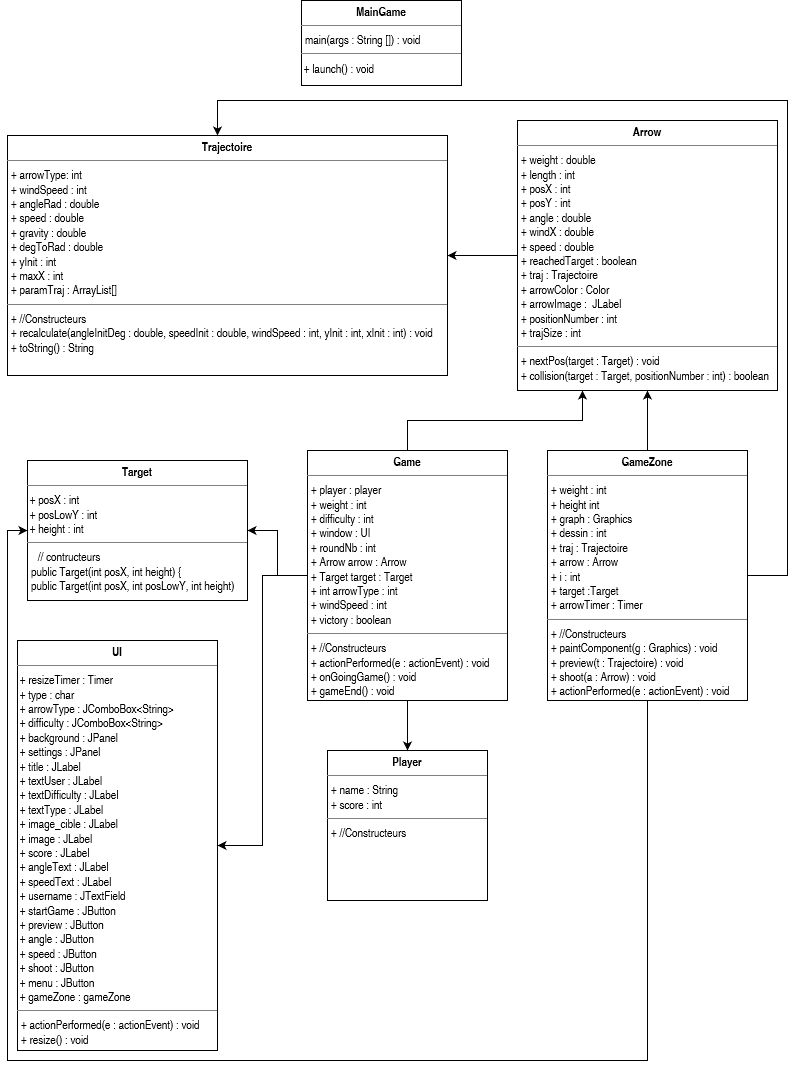
vbard1/mini-projet-2 keeps this draw.io diagram as UMLDiagram.png. Above is the earlier version. Source tidied: cells renumbered, new cells last; positions are measured from the earlier drawing's top-left corner, leaving out a move shared by most shapes.
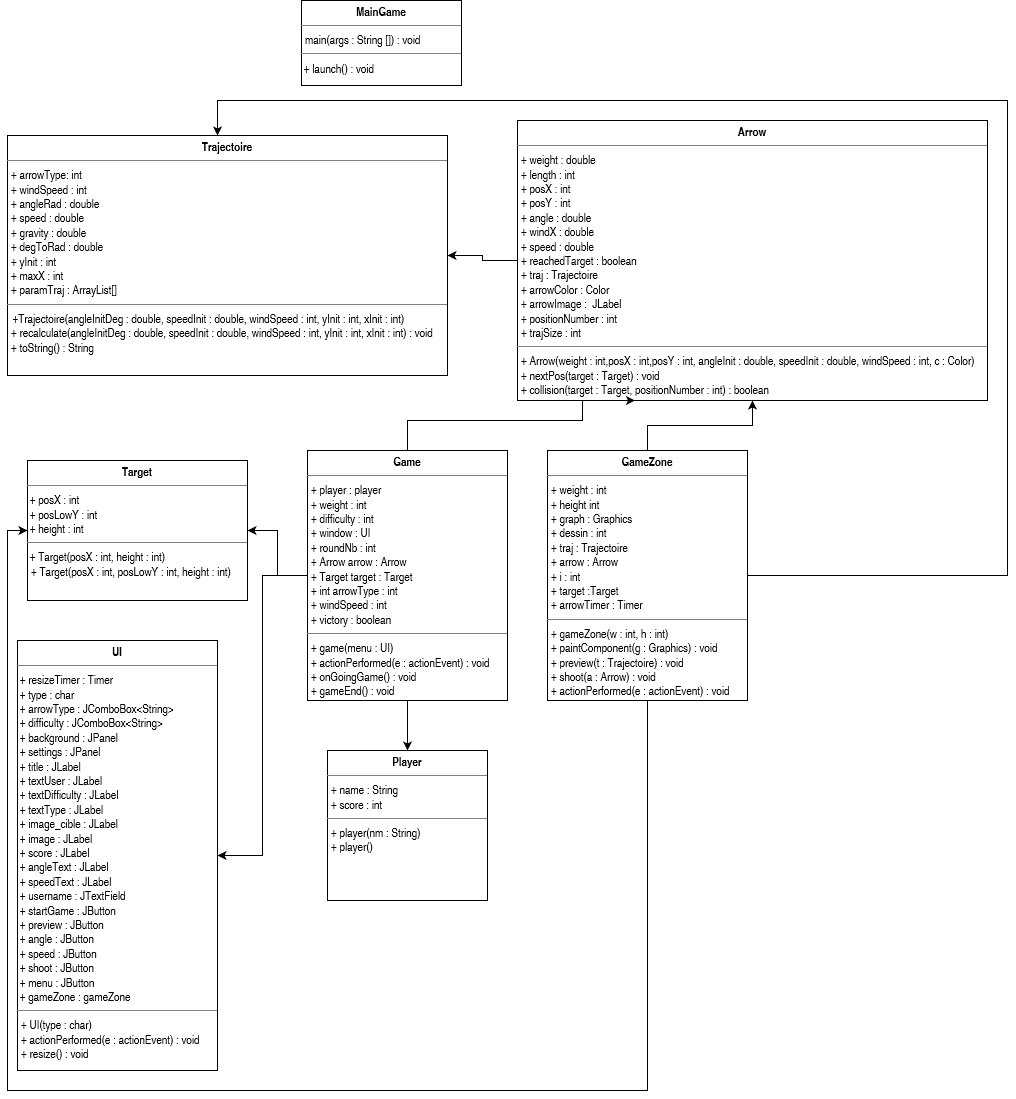
The same file after the commit.

Diff of the diagram source:
```diff
@@ -10,13 +10,13 @@
     <mxCell id="3" style="edgeStyle=orthogonalEdgeStyle;rounded=0;jettySize=auto;html=1;entryX=1;entryY=0.5;entryDx=0;entryDy=0;" parent="1" edge="1" source="4" target="9">
       <mxGeometry relative="1" as="geometry" />
     </mxCell>
-    <mxCell id="4" value="&lt;p style=&quot;margin: 0px ; margin-top: 4px ; text-align: center&quot;&gt;&lt;b&gt;Arrow&lt;/b&gt;&lt;br&gt;&lt;/p&gt;&lt;hr size=&quot;1&quot;&gt;&lt;p style=&quot;margin: 0px ; margin-left: 4px&quot;&gt;+ weight : double&lt;/p&gt;&lt;p style=&quot;margin: 0px ; margin-left: 4px&quot;&gt;+ length : int&lt;/p&gt;&lt;p style=&quot;margin: 0px ; margin-left: 4px&quot;&gt;+ posX : int&lt;/p&gt;&lt;p style=&quot;margin: 0px ; margin-left: 4px&quot;&gt;+ posY : int&lt;br&gt;&lt;/p&gt;&lt;p style=&quot;margin: 0px ; margin-left: 4px&quot;&gt;+ angle : double&lt;/p&gt;&lt;p style=&quot;margin: 0px ; margin-left: 4px&quot;&gt;+ windX : double&lt;/p&gt;&lt;p style=&quot;margin: 0px ; margin-left: 4px&quot;&gt;+ speed : double&lt;/p&gt;&lt;p style=&quot;margin: 0px ; margin-left: 4px&quot;&gt;+ reachedTarget : boolean&lt;br&gt;+ traj : Trajectoire&lt;br&gt;+ arrowColor : Color&lt;br&gt;+ arrowImage :&amp;nbsp; JLabel&lt;br&gt;+ positionNumber : int&lt;br&gt;+ trajSize : int&lt;br&gt;&lt;/p&gt;&lt;hr size=&quot;1&quot;&gt;&lt;p style=&quot;margin: 0px ; margin-left: 4px&quot;&gt;+ nextPos(target : Target) : void&lt;/p&gt;&lt;p style=&quot;margin: 0px ; margin-left: 4px&quot;&gt;+ collision(target : Target, positionNumber : int) : boolean&lt;/p&gt;" style="verticalAlign=top;align=left;overflow=fill;fontSize=12;fontFamily=Helvetica;html=1;" parent="1" vertex="1">
-      <mxGeometry x="510" y="120" width="260" height="270" as="geometry" />
+    <mxCell id="4" value="&lt;p style=&quot;margin: 0px ; margin-top: 4px ; text-align: center&quot;&gt;&lt;b&gt;Arrow&lt;/b&gt;&lt;br&gt;&lt;/p&gt;&lt;hr size=&quot;1&quot;&gt;&lt;p style=&quot;margin: 0px ; margin-left: 4px&quot;&gt;+ weight : double&lt;/p&gt;&lt;p style=&quot;margin: 0px ; margin-left: 4px&quot;&gt;+ length : int&lt;/p&gt;&lt;p style=&quot;margin: 0px ; margin-left: 4px&quot;&gt;+ posX : int&lt;/p&gt;&lt;p style=&quot;margin: 0px ; margin-left: 4px&quot;&gt;+ posY : int&lt;br&gt;&lt;/p&gt;&lt;p style=&quot;margin: 0px ; margin-left: 4px&quot;&gt;+ angle : double&lt;/p&gt;&lt;p style=&quot;margin: 0px ; margin-left: 4px&quot;&gt;+ windX : double&lt;/p&gt;&lt;p style=&quot;margin: 0px ; margin-left: 4px&quot;&gt;+ speed : double&lt;/p&gt;&lt;p style=&quot;margin: 0px ; margin-left: 4px&quot;&gt;+ reachedTarget : boolean&lt;br&gt;+ traj : Trajectoire&lt;br&gt;+ arrowColor : Color&lt;br&gt;+ arrowImage :&amp;nbsp; JLabel&lt;br&gt;+ positionNumber : int&lt;br&gt;+ trajSize : int&lt;br&gt;&lt;/p&gt;&lt;hr size=&quot;1&quot;&gt;&lt;p style=&quot;margin: 0px ; margin-left: 4px&quot;&gt;+ Arrow(weight : int,posX : int,posY : int, angleInit : double, speedInit : double, windSpeed : int, c : Color)&lt;br&gt;&lt;/p&gt;&lt;p style=&quot;margin: 0px ; margin-left: 4px&quot;&gt;+ nextPos(target : Target) : void&lt;/p&gt;&lt;p style=&quot;margin: 0px ; margin-left: 4px&quot;&gt;+ collision(target : Target, positionNumber : int) : boolean&lt;/p&gt;" style="verticalAlign=top;align=left;overflow=fill;fontSize=12;fontFamily=Helvetica;html=1;" parent="1" vertex="1">
+      <mxGeometry x="510" y="120" width="470" height="280" as="geometry" />
     </mxCell>
-    <mxCell id="5" value="&lt;p style=&quot;margin: 0px ; margin-top: 4px ; text-align: center&quot;&gt;&lt;b&gt;UI&lt;/b&gt;&lt;br&gt;&lt;/p&gt;&lt;hr size=&quot;1&quot;&gt;&lt;div&gt;&amp;nbsp;+ resizeTimer : Timer&lt;/div&gt;&lt;div&gt;&amp;nbsp;+ type : char &lt;/div&gt;&lt;div&gt;&amp;nbsp;+ arrowType : JComboBox&amp;lt;String&amp;gt;&lt;/div&gt;&lt;div&gt;&amp;nbsp;+ difficulty : JComboBox&amp;lt;String&amp;gt;&lt;br&gt;&amp;nbsp;+ background : JPanel&lt;/div&gt;&lt;div&gt;&amp;nbsp;+ settings : JPanel &lt;br&gt;&lt;/div&gt;&lt;div&gt;&amp;nbsp;+ title : JLabel&lt;br&gt;&amp;nbsp;+ textUser : JLabel&lt;/div&gt;&lt;div&gt;&amp;nbsp;+ textDifficulty : JLabel&lt;/div&gt;&lt;div&gt;&amp;nbsp;+ textType : JLabel&lt;/div&gt;&lt;div&gt;&amp;nbsp;+ image_cible : JLabel&lt;/div&gt;&lt;div&gt;&amp;nbsp;+ image : JLabel&lt;/div&gt;&lt;div&gt;&amp;nbsp;+ score : JLabel&lt;/div&gt;&lt;div&gt;&amp;nbsp;+ angleText : JLabel&lt;/div&gt;&lt;div&gt;&amp;nbsp;+ speedText : JLabel&lt;/div&gt;&lt;div&gt;&amp;nbsp;+ username : JTextField &lt;br&gt;&lt;/div&gt;&lt;div&gt;&amp;nbsp;+ startGame : JButton&lt;/div&gt;&lt;div&gt;&amp;nbsp;+ preview : JButton&lt;/div&gt;&lt;div&gt;&amp;nbsp;+ angle : JButton&lt;/div&gt;&lt;div&gt;&amp;nbsp;+ speed : JButton&lt;/div&gt;&lt;div&gt;&amp;nbsp;+ shoot : JButton&lt;/div&gt;&lt;div&gt;&amp;nbsp;+ menu : JButton&lt;br&gt;&amp;nbsp;+ gameZone : gameZone&lt;br&gt;&lt;/div&gt;&lt;hr size=&quot;1&quot;&gt;&lt;p style=&quot;margin: 0px ; margin-left: 4px&quot;&gt;+ actionPerformed(e : actionEvent) : void&lt;/p&gt;&lt;p style=&quot;margin: 0px ; margin-left: 4px&quot;&gt;+ resize() : void&lt;br&gt;&lt;/p&gt;" style="verticalAlign=top;align=left;overflow=fill;fontSize=12;fontFamily=Helvetica;html=1;" parent="1" vertex="1">
-      <mxGeometry x="10" y="640" width="200" height="410" as="geometry" />
+    <mxCell id="5" value="&lt;p style=&quot;margin: 0px ; margin-top: 4px ; text-align: center&quot;&gt;&lt;b&gt;UI&lt;/b&gt;&lt;br&gt;&lt;/p&gt;&lt;hr size=&quot;1&quot;&gt;&lt;div&gt;&amp;nbsp;+ resizeTimer : Timer&lt;/div&gt;&lt;div&gt;&amp;nbsp;+ type : char &lt;/div&gt;&lt;div&gt;&amp;nbsp;+ arrowType : JComboBox&amp;lt;String&amp;gt;&lt;/div&gt;&lt;div&gt;&amp;nbsp;+ difficulty : JComboBox&amp;lt;String&amp;gt;&lt;br&gt;&amp;nbsp;+ background : JPanel&lt;/div&gt;&lt;div&gt;&amp;nbsp;+ settings : JPanel &lt;br&gt;&lt;/div&gt;&lt;div&gt;&amp;nbsp;+ title : JLabel&lt;br&gt;&amp;nbsp;+ textUser : JLabel&lt;/div&gt;&lt;div&gt;&amp;nbsp;+ textDifficulty : JLabel&lt;/div&gt;&lt;div&gt;&amp;nbsp;+ textType : JLabel&lt;/div&gt;&lt;div&gt;&amp;nbsp;+ image_cible : JLabel&lt;/div&gt;&lt;div&gt;&amp;nbsp;+ image : JLabel&lt;/div&gt;&lt;div&gt;&amp;nbsp;+ score : JLabel&lt;/div&gt;&lt;div&gt;&amp;nbsp;+ angleText : JLabel&lt;/div&gt;&lt;div&gt;&amp;nbsp;+ speedText : JLabel&lt;/div&gt;&lt;div&gt;&amp;nbsp;+ username : JTextField &lt;br&gt;&lt;/div&gt;&lt;div&gt;&amp;nbsp;+ startGame : JButton&lt;/div&gt;&lt;div&gt;&amp;nbsp;+ preview : JButton&lt;/div&gt;&lt;div&gt;&amp;nbsp;+ angle : JButton&lt;/div&gt;&lt;div&gt;&amp;nbsp;+ speed : JButton&lt;/div&gt;&lt;div&gt;&amp;nbsp;+ shoot : JButton&lt;/div&gt;&lt;div&gt;&amp;nbsp;+ menu : JButton&lt;br&gt;&amp;nbsp;+ gameZone : gameZone&lt;br&gt;&lt;/div&gt;&lt;hr size=&quot;1&quot;&gt;&lt;p style=&quot;margin: 0px ; margin-left: 4px&quot;&gt;+ UI(type : char)&lt;br&gt;&lt;/p&gt;&lt;p style=&quot;margin: 0px ; margin-left: 4px&quot;&gt;+ actionPerformed(e : actionEvent) : void&lt;/p&gt;&lt;p style=&quot;margin: 0px ; margin-left: 4px&quot;&gt;+ resize() : void&lt;br&gt;&lt;/p&gt;" style="verticalAlign=top;align=left;overflow=fill;fontSize=12;fontFamily=Helvetica;html=1;" parent="1" vertex="1">
+      <mxGeometry x="10" y="640" width="200" height="430" as="geometry" />
     </mxCell>
-    <mxCell id="6" value="&lt;p style=&quot;margin: 0px ; margin-top: 4px ; text-align: center&quot;&gt;&lt;b&gt;Player&lt;/b&gt;&lt;br&gt;&lt;/p&gt;&lt;hr size=&quot;1&quot;&gt;&lt;p style=&quot;margin: 0px ; margin-left: 4px&quot;&gt;+ name : String&lt;/p&gt;&lt;p style=&quot;margin: 0px ; margin-left: 4px&quot;&gt;+ score : int&lt;/p&gt;&lt;hr size=&quot;1&quot;&gt;&lt;p style=&quot;margin: 0px ; margin-left: 4px&quot;&gt;+ //Constructeurs&lt;br&gt;&lt;/p&gt;" style="verticalAlign=top;align=left;overflow=fill;fontSize=12;fontFamily=Helvetica;html=1;" parent="1" vertex="1">
+    <mxCell id="6" value="&lt;p style=&quot;margin: 0px ; margin-top: 4px ; text-align: center&quot;&gt;&lt;b&gt;Player&lt;/b&gt;&lt;br&gt;&lt;/p&gt;&lt;hr size=&quot;1&quot;&gt;&lt;p style=&quot;margin: 0px ; margin-left: 4px&quot;&gt;+ name : String&lt;/p&gt;&lt;p style=&quot;margin: 0px ; margin-left: 4px&quot;&gt;+ score : int&lt;/p&gt;&lt;hr size=&quot;1&quot;&gt;&lt;p style=&quot;margin: 0px ; margin-left: 4px&quot;&gt;+ player(nm : String)&lt;/p&gt;&lt;p style=&quot;margin: 0px ; margin-left: 4px&quot;&gt;+ player()&lt;br&gt;&lt;/p&gt;" style="verticalAlign=top;align=left;overflow=fill;fontSize=12;fontFamily=Helvetica;html=1;" parent="1" vertex="1">
       <mxGeometry x="320" y="750" width="160" height="150" as="geometry" />
     </mxCell>
     <mxCell id="7" style="edgeStyle=orthogonalEdgeStyle;rounded=0;orthogonalLoop=1;jettySize=auto;html=1;exitX=0.5;exitY=1;exitDx=0;exitDy=0;" parent="1" edge="1">
@@ -24,10 +24,10 @@
         <mxPoint x="105" y="360" as="targetPoint" />
       </mxGeometry>
     </mxCell>
-    <mxCell id="8" value="&lt;p style=&quot;margin: 0px ; margin-top: 4px ; text-align: center&quot;&gt;&lt;b&gt;Target&lt;/b&gt;&lt;br&gt;&lt;/p&gt;&lt;hr size=&quot;1&quot;&gt;&amp;nbsp;+ posX : int&lt;br&gt;&amp;nbsp;+ posLowY : int&lt;br&gt;&amp;nbsp;+ height : int&lt;br&gt;&lt;hr size=&quot;1&quot;&gt;&amp;nbsp;&amp;nbsp;&amp;nbsp; // contructeurs&lt;p style=&quot;margin: 0px ; margin-left: 4px&quot;&gt;public Target(int posX, int height) {&lt;/p&gt;&lt;p style=&quot;margin: 0px ; margin-left: 4px&quot;&gt;public Target(int posX, int posLowY, int height) &lt;br&gt;&lt;/p&gt;" style="verticalAlign=top;align=left;overflow=fill;fontSize=12;fontFamily=Helvetica;html=1;" parent="1" vertex="1">
+    <mxCell id="8" value="&lt;p style=&quot;margin: 0px ; margin-top: 4px ; text-align: center&quot;&gt;&lt;b&gt;Target&lt;/b&gt;&lt;br&gt;&lt;/p&gt;&lt;hr size=&quot;1&quot;&gt;&amp;nbsp;+ posX : int&lt;br&gt;&amp;nbsp;+ posLowY : int&lt;br&gt;&amp;nbsp;+ height : int&lt;br&gt;&lt;hr size=&quot;1&quot;&gt;&amp;nbsp;+ Target(posX : int, height : int)&lt;p style=&quot;margin: 0px ; margin-left: 4px&quot;&gt;+ Target(posX : int, posLowY : int, height : int) &lt;br&gt;&lt;/p&gt;" style="verticalAlign=top;align=left;overflow=fill;fontSize=12;fontFamily=Helvetica;html=1;" parent="1" vertex="1">
       <mxGeometry x="20" y="460" width="220" height="140" as="geometry" />
     </mxCell>
-    <mxCell id="9" value="&lt;p style=&quot;margin: 0px ; margin-top: 4px ; text-align: center&quot;&gt;&lt;b&gt;Trajectoire&lt;/b&gt;&lt;br&gt;&lt;/p&gt;&lt;hr size=&quot;1&quot;&gt;&lt;p style=&quot;margin: 0px ; margin-left: 4px&quot;&gt;+ arrowType: int&lt;br&gt;&lt;/p&gt;&lt;p style=&quot;margin: 0px ; margin-left: 4px&quot;&gt;+ windSpeed : int&lt;/p&gt;&lt;p style=&quot;margin: 0px ; margin-left: 4px&quot;&gt;+ angleRad : double&lt;/p&gt;&lt;p style=&quot;margin: 0px ; margin-left: 4px&quot;&gt;+ speed : double&lt;/p&gt;&lt;p style=&quot;margin: 0px ; margin-left: 4px&quot;&gt;+ gravity : double&lt;/p&gt;&lt;p style=&quot;margin: 0px ; margin-left: 4px&quot;&gt;+ degToRad : double&lt;br&gt;&lt;/p&gt;&lt;p style=&quot;margin: 0px ; margin-left: 4px&quot;&gt;+ yInit : int&lt;/p&gt;&lt;p style=&quot;margin: 0px ; margin-left: 4px&quot;&gt;+ maxX : int&lt;/p&gt;&lt;p style=&quot;margin: 0px ; margin-left: 4px&quot;&gt;+ paramTraj : ArrayList[] &lt;/p&gt;&lt;hr size=&quot;1&quot;&gt;&lt;p style=&quot;margin: 0px ; margin-left: 4px&quot;&gt;+ //Constructeurs&lt;/p&gt;&lt;p style=&quot;margin: 0px ; margin-left: 4px&quot;&gt;+ recalculate(angleInitDeg : double, speedInit : double, windSpeed : int, yInit : int, xInit : int) : void&lt;br&gt;&lt;/p&gt;&lt;p style=&quot;margin: 0px ; margin-left: 4px&quot;&gt;+ toString() : String&lt;br&gt;&lt;/p&gt;" style="verticalAlign=top;align=left;overflow=fill;fontSize=12;fontFamily=Helvetica;html=1;" parent="1" vertex="1">
+    <mxCell id="9" value="&lt;p style=&quot;margin: 0px ; margin-top: 4px ; text-align: center&quot;&gt;&lt;b&gt;Trajectoire&lt;/b&gt;&lt;br&gt;&lt;/p&gt;&lt;hr size=&quot;1&quot;&gt;&lt;p style=&quot;margin: 0px ; margin-left: 4px&quot;&gt;+ arrowType: int&lt;br&gt;&lt;/p&gt;&lt;p style=&quot;margin: 0px ; margin-left: 4px&quot;&gt;+ windSpeed : int&lt;/p&gt;&lt;p style=&quot;margin: 0px ; margin-left: 4px&quot;&gt;+ angleRad : double&lt;/p&gt;&lt;p style=&quot;margin: 0px ; margin-left: 4px&quot;&gt;+ speed : double&lt;/p&gt;&lt;p style=&quot;margin: 0px ; margin-left: 4px&quot;&gt;+ gravity : double&lt;/p&gt;&lt;p style=&quot;margin: 0px ; margin-left: 4px&quot;&gt;+ degToRad : double&lt;br&gt;&lt;/p&gt;&lt;p style=&quot;margin: 0px ; margin-left: 4px&quot;&gt;+ yInit : int&lt;/p&gt;&lt;p style=&quot;margin: 0px ; margin-left: 4px&quot;&gt;+ maxX : int&lt;/p&gt;&lt;p style=&quot;margin: 0px ; margin-left: 4px&quot;&gt;+ paramTraj : ArrayList[] &lt;/p&gt;&lt;hr size=&quot;1&quot;&gt;&amp;nbsp; +Trajectoire(angleInitDeg : double, speedInit : double, windSpeed : int, yInit : int, xInit : int)&lt;br&gt;&lt;p style=&quot;margin: 0px ; margin-left: 4px&quot;&gt;+ recalculate(angleInitDeg : double, speedInit : double, windSpeed : int, yInit : int, xInit : int) : void&lt;br&gt;&lt;/p&gt;&lt;p style=&quot;margin: 0px ; margin-left: 4px&quot;&gt;+ toString() : String&lt;br&gt;&lt;/p&gt;" style="verticalAlign=top;align=left;overflow=fill;fontSize=12;fontFamily=Helvetica;html=1;" parent="1" vertex="1">
       <mxGeometry y="135" width="440" height="240" as="geometry" />
     </mxCell>
     <mxCell id="10" value="&lt;p style=&quot;margin: 0px ; margin-top: 4px ; text-align: center&quot;&gt;&lt;b&gt;MainGame&lt;/b&gt;&lt;/p&gt;&lt;hr size=&quot;1&quot;&gt;&lt;p style=&quot;margin: 0px ; margin-left: 4px&quot;&gt;main(args : String []) : void &lt;br&gt;&lt;/p&gt;&lt;hr size=&quot;1&quot;&gt;&amp;nbsp;+ launch() : void" style="verticalAlign=top;align=left;overflow=fill;fontSize=12;fontFamily=Helvetica;html=1;" parent="1" vertex="1">
@@ -50,7 +50,7 @@
         </Array>
       </mxGeometry>
     </mxCell>
-    <mxCell id="15" value="&lt;p style=&quot;margin: 0px ; margin-top: 4px ; text-align: center&quot;&gt;&lt;b&gt;Game&lt;/b&gt;&lt;br&gt;&lt;/p&gt;&lt;hr size=&quot;1&quot;&gt;&lt;p style=&quot;margin: 0px ; margin-left: 4px&quot;&gt;+ player : player&lt;br&gt;+ weight : int&lt;br&gt;+ difficulty : int&lt;/p&gt;&lt;p style=&quot;margin: 0px ; margin-left: 4px&quot;&gt;+ window : UI &lt;br&gt;&lt;/p&gt;&lt;p style=&quot;margin: 0px ; margin-left: 4px&quot;&gt;+ roundNb : int&lt;br&gt;+ Arrow arrow : Arrow&lt;br&gt;+ Target target : Target&lt;br&gt;+ int arrowType : int&lt;br&gt;+ windSpeed : int&lt;/p&gt;&lt;p style=&quot;margin: 0px ; margin-left: 4px&quot;&gt;+ victory : boolean&lt;br&gt;&lt;/p&gt;&lt;hr size=&quot;1&quot;&gt;&lt;p style=&quot;margin: 0px ; margin-left: 4px&quot;&gt;+ //Constructeurs&lt;/p&gt;&lt;p style=&quot;margin: 0px ; margin-left: 4px&quot;&gt;+ actionPerformed(e : actionEvent) : void&lt;/p&gt;&lt;p style=&quot;margin: 0px ; margin-left: 4px&quot;&gt;+ onGoingGame() : void&lt;/p&gt;&lt;p style=&quot;margin: 0px ; margin-left: 4px&quot;&gt;+ gameEnd() : void&lt;br&gt;&lt;/p&gt;" style="verticalAlign=top;align=left;overflow=fill;fontSize=12;fontFamily=Helvetica;html=1;" parent="1" vertex="1">
+    <mxCell id="15" value="&lt;p style=&quot;margin: 0px ; margin-top: 4px ; text-align: center&quot;&gt;&lt;b&gt;Game&lt;/b&gt;&lt;br&gt;&lt;/p&gt;&lt;hr size=&quot;1&quot;&gt;&lt;p style=&quot;margin: 0px ; margin-left: 4px&quot;&gt;+ player : player&lt;br&gt;+ weight : int&lt;br&gt;+ difficulty : int&lt;/p&gt;&lt;p style=&quot;margin: 0px ; margin-left: 4px&quot;&gt;+ window : UI &lt;br&gt;&lt;/p&gt;&lt;p style=&quot;margin: 0px ; margin-left: 4px&quot;&gt;+ roundNb : int&lt;br&gt;+ Arrow arrow : Arrow&lt;br&gt;+ Target target : Target&lt;br&gt;+ int arrowType : int&lt;br&gt;+ windSpeed : int&lt;/p&gt;&lt;p style=&quot;margin: 0px ; margin-left: 4px&quot;&gt;+ victory : boolean&lt;br&gt;&lt;/p&gt;&lt;hr size=&quot;1&quot;&gt;&lt;p style=&quot;margin: 0px ; margin-left: 4px&quot;&gt;+ game(menu : UI)&lt;br&gt;&lt;/p&gt;&lt;p style=&quot;margin: 0px ; margin-left: 4px&quot;&gt;+ actionPerformed(e : actionEvent) : void&lt;/p&gt;&lt;p style=&quot;margin: 0px ; margin-left: 4px&quot;&gt;+ onGoingGame() : void&lt;/p&gt;&lt;p style=&quot;margin: 0px ; margin-left: 4px&quot;&gt;+ gameEnd() : void&lt;br&gt;&lt;/p&gt;" style="verticalAlign=top;align=left;overflow=fill;fontSize=12;fontFamily=Helvetica;html=1;" parent="1" vertex="1">
       <mxGeometry x="300" y="450" width="200" height="250" as="geometry" />
     </mxCell>
     <mxCell id="16" style="edgeStyle=orthogonalEdgeStyle;rounded=0;jettySize=auto;html=1;entryX=0.5;entryY=1;entryDx=0;entryDy=0;" parent="1" edge="1" source="19" target="4">
@@ -60,8 +60,8 @@
       <mxGeometry relative="1" as="geometry">
         <mxPoint x="210" y="135" as="targetPoint" />
         <Array as="points">
-          <mxPoint x="780" y="575" />
-          <mxPoint x="780" y="100" />
+          <mxPoint x="1000" y="575" />
+          <mxPoint x="1000" y="100" />
           <mxPoint x="210" y="100" />
         </Array>
       </mxGeometry>
@@ -69,13 +69,13 @@
     <mxCell id="18" style="edgeStyle=orthogonalEdgeStyle;rounded=0;jettySize=auto;html=1;entryX=0;entryY=0.5;entryDx=0;entryDy=0;" parent="1" edge="1" source="19" target="8">
       <mxGeometry relative="1" as="geometry">
         <Array as="points">
-          <mxPoint x="640" y="1060" />
-          <mxPoint y="1060" />
+          <mxPoint x="640" y="1090" />
+          <mxPoint y="1090" />
           <mxPoint y="530" />
         </Array>
       </mxGeometry>
     </mxCell>
-    <mxCell id="19" value="&lt;p style=&quot;margin: 0px ; margin-top: 4px ; text-align: center&quot;&gt;&lt;b&gt;GameZone&lt;/b&gt;&lt;br&gt;&lt;/p&gt;&lt;hr size=&quot;1&quot;&gt;&lt;p style=&quot;margin: 0px ; margin-left: 4px&quot;&gt;+ weight : int&lt;/p&gt;&lt;p style=&quot;margin: 0px ; margin-left: 4px&quot;&gt;+ height int&lt;br&gt;+ graph : Graphics&lt;br&gt;+ dessin : int&lt;br&gt;+ traj : Trajectoire&lt;br&gt;+ arrow : Arrow&lt;br&gt;+ i : int&lt;br&gt;+ target :Target&lt;br&gt;+ arrowTimer : Timer&lt;br&gt;&lt;/p&gt;&lt;hr size=&quot;1&quot;&gt;&lt;p style=&quot;margin: 0px ; margin-left: 4px&quot;&gt;+ //Constructeurs&lt;/p&gt;&lt;p style=&quot;margin: 0px ; margin-left: 4px&quot;&gt;+ paintComponent(g : Graphics) : void&lt;/p&gt;&lt;p style=&quot;margin: 0px ; margin-left: 4px&quot;&gt;+ preview(t : Trajectoire) : void&lt;/p&gt;&lt;p style=&quot;margin: 0px ; margin-left: 4px&quot;&gt;+ shoot(a : Arrow) : void&lt;/p&gt;&lt;p style=&quot;margin: 0px ; margin-left: 4px&quot;&gt;+ actionPerformed(e : actionEvent) : void&lt;/p&gt;&lt;p style=&quot;margin: 0px ; margin-left: 4px&quot;&gt;&lt;/p&gt;" style="verticalAlign=top;align=left;overflow=fill;fontSize=12;fontFamily=Helvetica;html=1;" parent="1" vertex="1">
+    <mxCell id="19" value="&lt;p style=&quot;margin: 0px ; margin-top: 4px ; text-align: center&quot;&gt;&lt;b&gt;GameZone&lt;/b&gt;&lt;br&gt;&lt;/p&gt;&lt;hr size=&quot;1&quot;&gt;&lt;p style=&quot;margin: 0px ; margin-left: 4px&quot;&gt;+ weight : int&lt;/p&gt;&lt;p style=&quot;margin: 0px ; margin-left: 4px&quot;&gt;+ height int&lt;br&gt;+ graph : Graphics&lt;br&gt;+ dessin : int&lt;br&gt;+ traj : Trajectoire&lt;br&gt;+ arrow : Arrow&lt;br&gt;+ i : int&lt;br&gt;+ target :Target&lt;br&gt;+ arrowTimer : Timer&lt;br&gt;&lt;/p&gt;&lt;hr size=&quot;1&quot;&gt;&lt;p style=&quot;margin: 0px ; margin-left: 4px&quot;&gt;+ gameZone(w : int, h : int)&lt;br&gt;&lt;/p&gt;&lt;p style=&quot;margin: 0px ; margin-left: 4px&quot;&gt;+ paintComponent(g : Graphics) : void&lt;/p&gt;&lt;p style=&quot;margin: 0px ; margin-left: 4px&quot;&gt;+ preview(t : Trajectoire) : void&lt;/p&gt;&lt;p style=&quot;margin: 0px ; margin-left: 4px&quot;&gt;+ shoot(a : Arrow) : void&lt;/p&gt;&lt;p style=&quot;margin: 0px ; margin-left: 4px&quot;&gt;+ actionPerformed(e : actionEvent) : void&lt;/p&gt;&lt;p style=&quot;margin: 0px ; margin-left: 4px&quot;&gt;&lt;/p&gt;" style="verticalAlign=top;align=left;overflow=fill;fontSize=12;fontFamily=Helvetica;html=1;" parent="1" vertex="1">
       <mxGeometry x="540" y="450" width="200" height="250" as="geometry" />
     </mxCell>
   </root>
```
